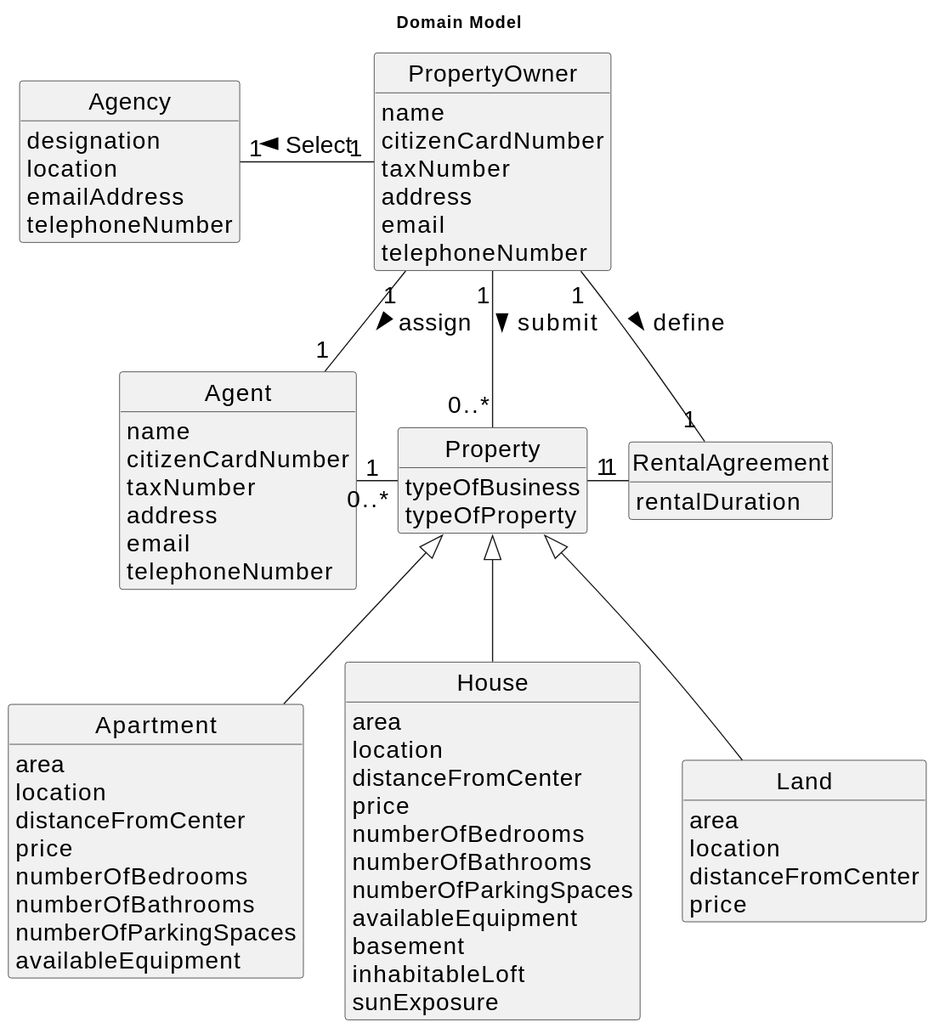
Above: docs/sprintB/us004/02.analysis/svg/us004-domain-model.svg in Goncalves2525/real-estate-management-system (PlantUML), before the change. The source it was exported from:
```plantuml
@startuml
skinparamlocked defaultFontSize 20
skinparam monochrome true
skinparam packageStyle rectangle
skinparam shadowing false
skinparam classAttributeIconSize 0
hide circle
hide methods

title Domain Model

class PropertyOwner {
    name
    citizenCardNumber
    taxNumber
    address
    email
    telephoneNumber
}

class Agency{
    designation
    location
    emailAddress
    telephoneNumber
    }

class Agent {
    name
    citizenCardNumber
    taxNumber
    address
    email
    telephoneNumber
}

class Property{
    typeOfBusiness
    typeOfProperty
}

class Apartment{
    area
    location
    distanceFromCenter
    price
    numberOfBedrooms
    numberOfBathrooms
    numberOfParkingSpaces
    availableEquipment
}

class House{
    area
    location
    distanceFromCenter
    price
    numberOfBedrooms
    numberOfBathrooms
    numberOfParkingSpaces
    availableEquipment
    basement
    inhabitableLoft
    sunExposure
}

class Land{
     area
     location
     distanceFromCenter
     price

}
class RentalAgreement{
    rentalDuration
}
Agency "1" - "1" PropertyOwner: Select <
PropertyOwner "1" - "0..*" Property: submit >
PropertyOwner "1" -- "1" Agent:assign >
Agent "1" - "0..*" Property
Property "1"-"1" RentalAgreement
PropertyOwner "1" -"1" RentalAgreement:define >
Property <|-- House
Property <|-- Apartment
Property <|-- Land
@enduml
```
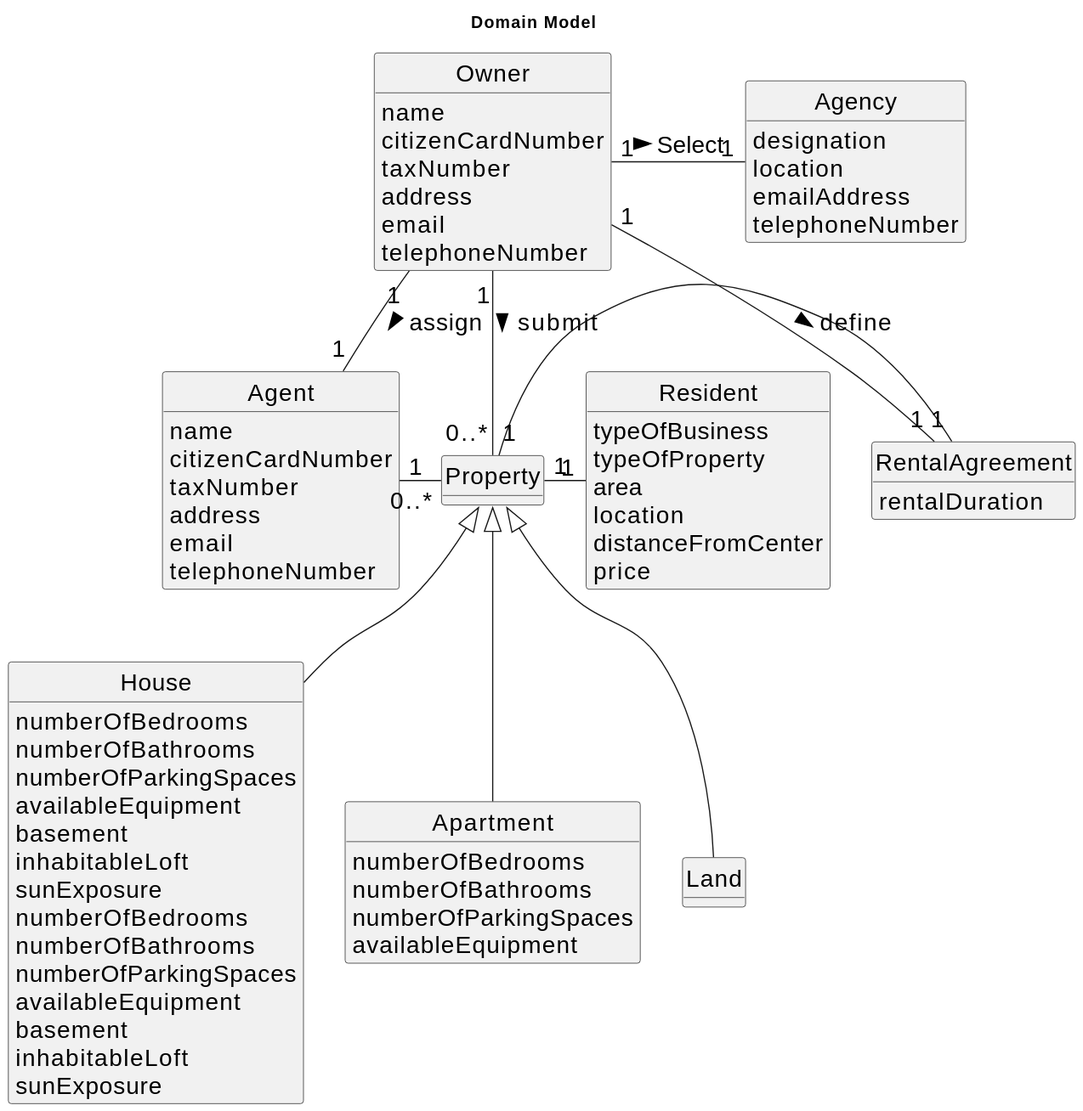
After the commit.

What changed in the source:
```diff
@@ -9,7 +9,7 @@
 
 title Domain Model
 
-class PropertyOwner {
+class Owner {
     name
     citizenCardNumber
     taxNumber
@@ -34,16 +34,25 @@
     telephoneNumber
 }
 
-class Property{
+class Resident{
     typeOfBusiness
     typeOfProperty
+     area
+     location
+     distanceFromCenter
+      price
+}
+class House{
+    numberOfBedrooms
+    numberOfBathrooms
+    numberOfParkingSpaces
+    availableEquipment
+    basement
+    inhabitableLoft
+    sunExposure
 }
 
 class Apartment{
-    area
-    location
-    distanceFromCenter
-    price
     numberOfBedrooms
     numberOfBathrooms
     numberOfParkingSpaces
@@ -51,10 +60,6 @@
 }
 
 class House{
-    area
-    location
-    distanceFromCenter
-    price
     numberOfBedrooms
     numberOfBathrooms
     numberOfParkingSpaces
@@ -65,21 +70,18 @@
 }
 
 class Land{
-     area
-     location
-     distanceFromCenter
-     price
 
 }
 class RentalAgreement{
     rentalDuration
 }
-Agency "1" - "1" PropertyOwner: Select <
-PropertyOwner "1" - "0..*" Property: submit >
-PropertyOwner "1" -- "1" Agent:assign >
+Owner "1" - "1" Agency : Select >
+Owner "1" - "0..*" Property: submit >
+Owner "1" -- "1" Agent:assign >
 Agent "1" - "0..*" Property
 Property "1"-"1" RentalAgreement
-PropertyOwner "1" -"1" RentalAgreement:define >
+Property "1"-"1" Resident
+Owner "1" -"1" RentalAgreement:define >
 Property <|-- House
 Property <|-- Apartment
 Property <|-- Land
```
